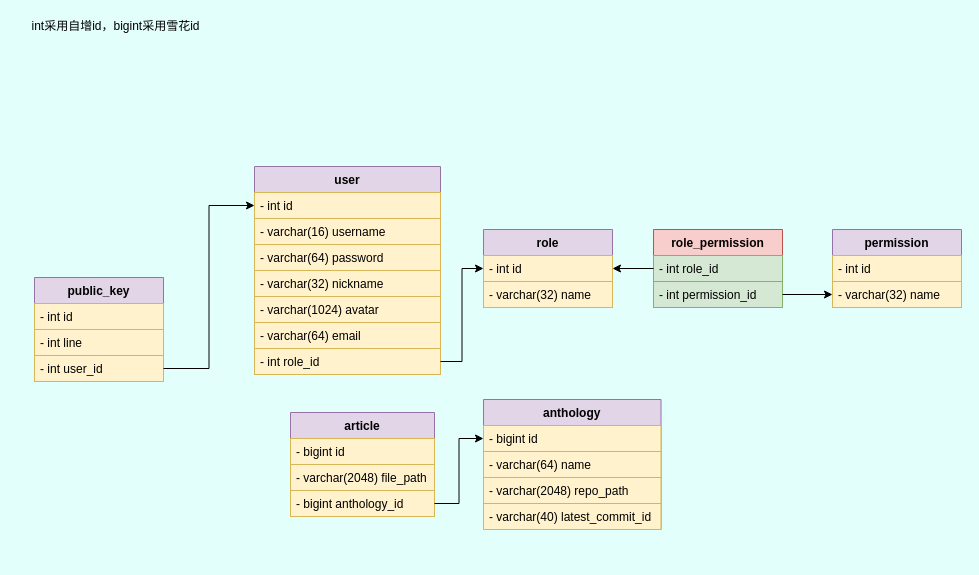
Earlier version of the draw.io diagram page "数据库" (2 of 2) of server-springboot/后端类图.dio (swsk33/git-document). Source tidied: cells renumbered, new cells numbered last; positions are measured from the earlier drawing's top-left corner, leaving out a move shared by most shapes. Both pictures are drawn from the tidied source at 100%, with x=0, y=0 at pixel (26, 17).
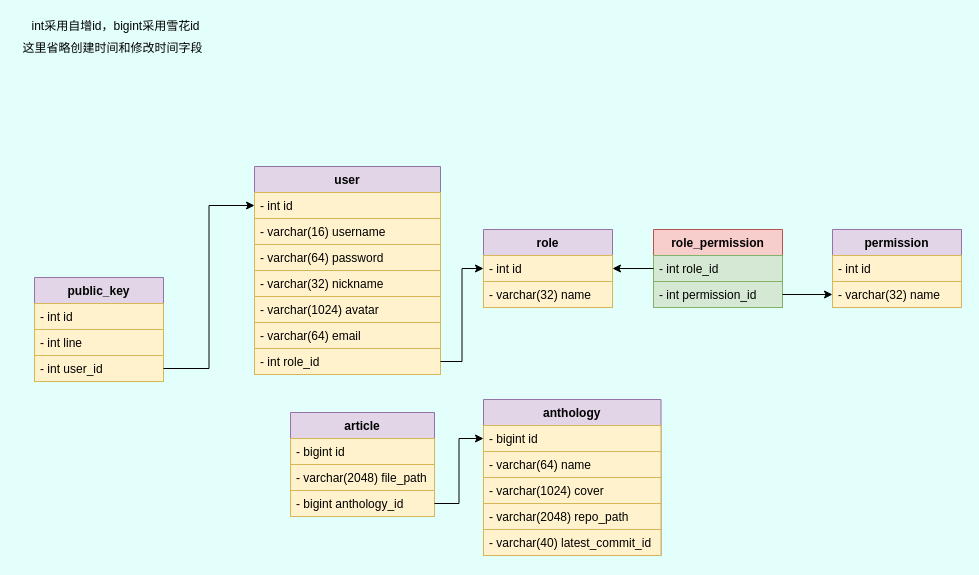
The same diagram, later.

Change to the diagram source:
```diff
@@
     <mxCell id="29" value="anthology" style="swimlane;fontStyle=1;align=center;verticalAlign=top;horizontal=1;startSize=26;fillColor=#e1d5e7;strokeColor=#9673a6;" parent="1" vertex="1">
-      <mxGeometry x="457" y="382" width="177.5" height="130" as="geometry" />
+      <mxGeometry x="457" y="382" width="177.5" height="156" as="geometry" />
     </mxCell>
@@
+    <mxCell id="38" value="- varchar(1024) cover" style="text;strokeColor=#d6b656;fillColor=#fff2cc;align=left;verticalAlign=top;spacingLeft=4;spacingRight=4;overflow=hidden;" parent="29" vertex="1">
+      <mxGeometry y="78" width="177.5" height="26" as="geometry" />
+    </mxCell>
     <mxCell id="32" value="- varchar(2048) repo_path" style="text;strokeColor=#d6b656;fillColor=#fff2cc;align=left;verticalAlign=top;spacingLeft=4;spacingRight=4;overflow=hidden;" parent="29" vertex="1">
-      <mxGeometry y="78" width="177.5" height="26" as="geometry" />
+      <mxGeometry y="104" width="177.5" height="26" as="geometry" />
     </mxCell>
     <mxCell id="33" value="- varchar(40) latest_commit_id" style="text;strokeColor=#d6b656;fillColor=#fff2cc;align=left;verticalAlign=top;spacingLeft=4;spacingRight=4;overflow=hidden;" parent="29" vertex="1">
-      <mxGeometry y="104" width="177.5" height="26" as="geometry" />
+      <mxGeometry y="130" width="177.5" height="26" as="geometry" />
     </mxCell>
@@
+    <mxCell id="39" value="这里省略创建时间和修改时间字段" style="text;html=1;align=center;verticalAlign=middle;strokeColor=none;fillColor=none;" parent="1" vertex="1">
+      <mxGeometry x="-9" y="22" width="190" height="18" as="geometry" />
+    </mxCell>
```
